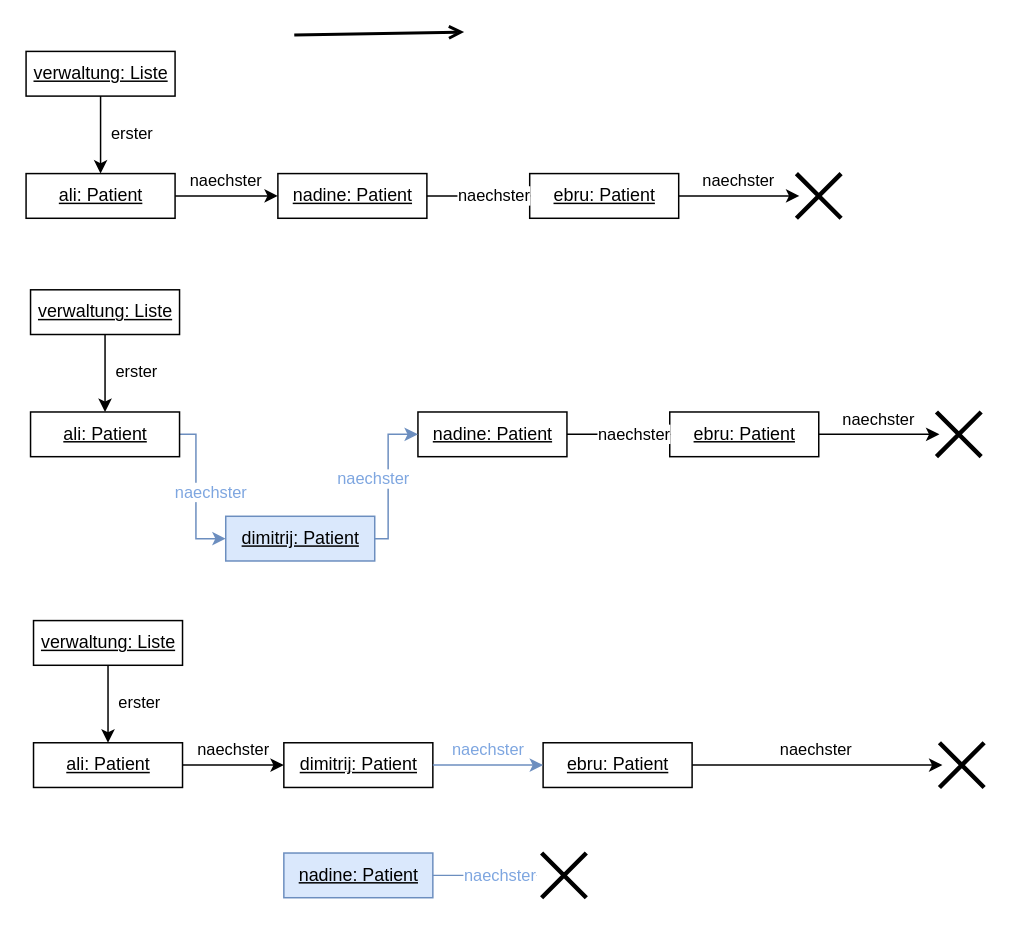
Earlier version of the draw.io diagram page "Page-1" (1 of 15) of Liste.drawio (JoernWVSG/diagram). Source tidied: cells renumbered, new cells numbered last; positions are measured from the earlier drawing's top-left corner, leaving out a move shared by most shapes. Both pictures are drawn from the tidied source at 149%, with x=0, y=0 at pixel (25, 31).
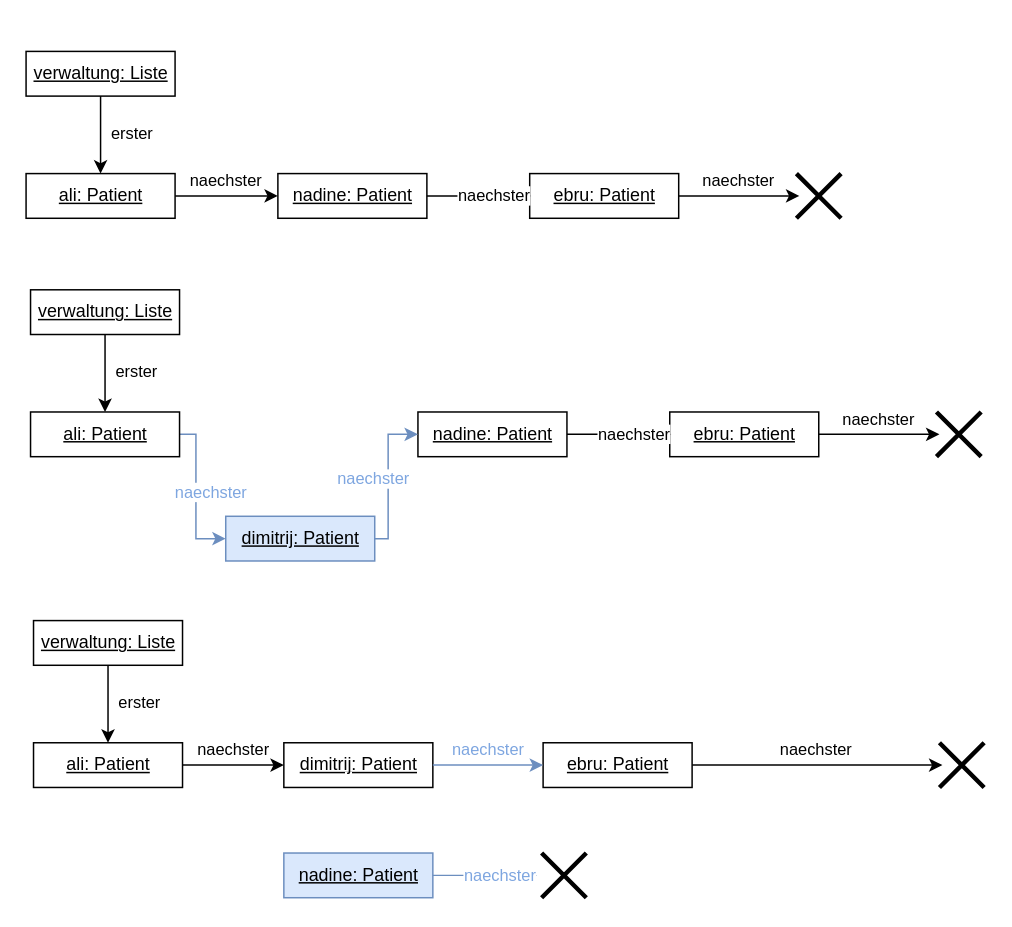
The same page after the edit.

The edit, as a diff of the source:
```diff
@@
-    <mxCell id="34" style="endArrow=open;html=1;rounded=0;endFill=0;jumpSize=11;strokeWidth=2;curved=1;" parent="1" edge="1">
-      <mxGeometry relative="1" as="geometry">
-        <mxPoint x="180" y="2" as="sourcePoint" />
-        <mxPoint x="294" as="targetPoint" />
-      </mxGeometry>
-    </mxCell>
```
